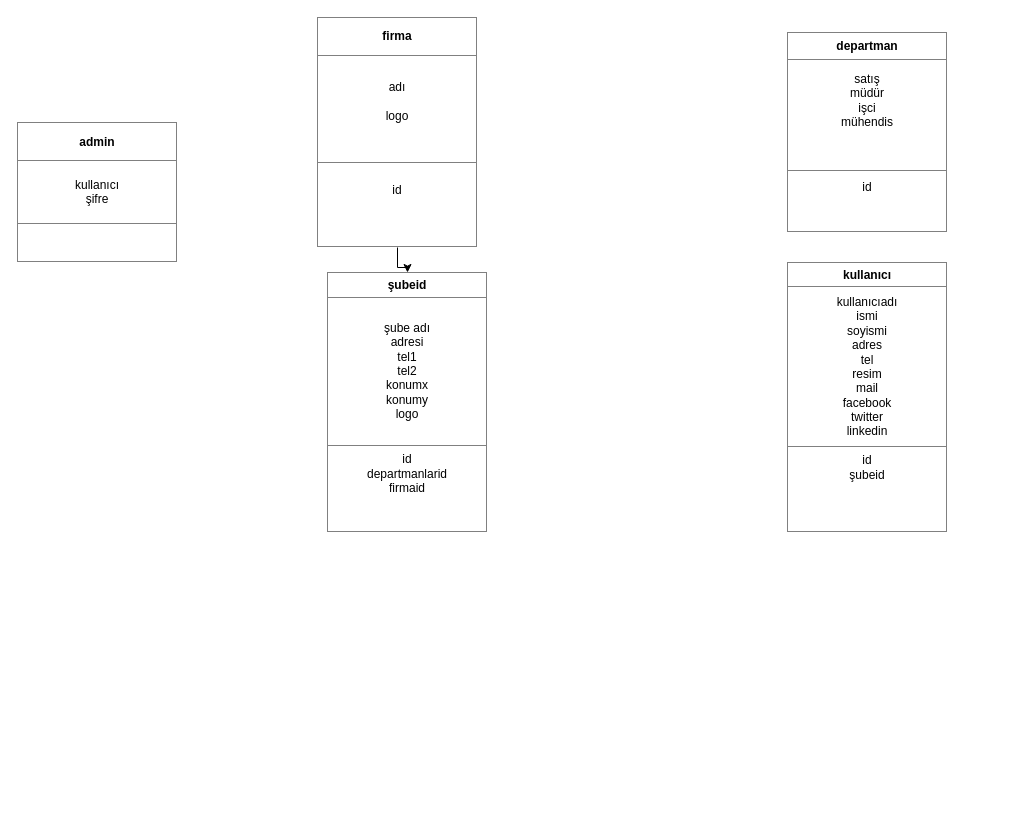
This is page "Page-1" (1 of 2) of Untitled Diagram.drawio from mvltcn/kartvizit2, a draw.io file, before an edit. Source tidied: cells renumbered, new cells numbered last; positions are measured from the earlier drawing's top-left corner, leaving out a move shared by most shapes. Both pictures are drawn from the tidied source at 100%, with x=0, y=0 at pixel (17, 17).
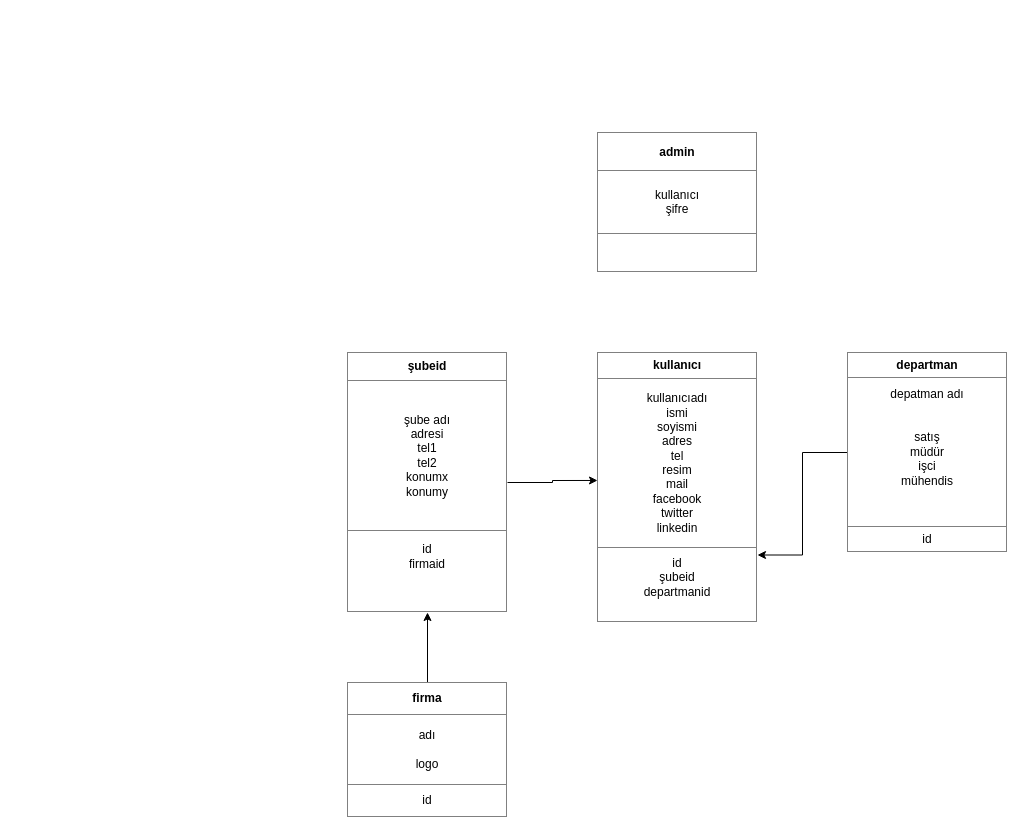
Above is the later version.

What changed in the source:
```diff
@@
 <mxGraphModel>
   <root>
     <mxCell id="0" />
     <mxCell id="1" parent="0" />
     <mxCell id="2" style="edgeStyle=orthogonalEdgeStyle;rounded=0;jettySize=auto;html=1;" parent="1" edge="1" source="3" target="7">
       <mxGeometry relative="1" as="geometry" />
     </mxCell>
-    <mxCell id="3" value="&lt;table border=&quot;1&quot; width=&quot;100%&quot; cellpadding=&quot;4&quot; style=&quot;width: 100% ; height: 100% ; border-collapse: collapse&quot;&gt;&lt;tbody&gt;&lt;tr&gt;&lt;th align=&quot;center&quot;&gt;&lt;b&gt;firma&lt;/b&gt;&lt;/th&gt;&lt;/tr&gt;&lt;tr&gt;&lt;td align=&quot;center&quot;&gt;adı&lt;br&gt;&lt;br&gt;logo&lt;br&gt;&lt;br&gt;&lt;/td&gt;&lt;/tr&gt;&lt;tr&gt;&lt;td align=&quot;center&quot;&gt;id&lt;br&gt;&lt;br&gt;&lt;br&gt;&lt;/td&gt;&lt;/tr&gt;&lt;/tbody&gt;&lt;/table&gt;" style="text;html=1;strokeColor=none;fillColor=none;overflow=fill;" parent="1" vertex="1">
-      <mxGeometry x="300" width="160" height="230" as="geometry" />
+    <mxCell id="3" value="&lt;table border=&quot;1&quot; width=&quot;100%&quot; cellpadding=&quot;4&quot; style=&quot;width: 100% ; height: 100% ; border-collapse: collapse&quot;&gt;&lt;tbody&gt;&lt;tr&gt;&lt;th align=&quot;center&quot;&gt;&lt;b&gt;firma&lt;/b&gt;&lt;/th&gt;&lt;/tr&gt;&lt;tr&gt;&lt;td align=&quot;center&quot;&gt;adı&lt;br&gt;&lt;br&gt;logo&lt;br&gt;&lt;/td&gt;&lt;/tr&gt;&lt;tr&gt;&lt;td align=&quot;center&quot;&gt;id&lt;br&gt;&lt;/td&gt;&lt;/tr&gt;&lt;/tbody&gt;&lt;/table&gt;" style="text;html=1;strokeColor=none;fillColor=none;overflow=fill;" parent="1" vertex="1">
+      <mxGeometry x="330" y="665" width="160" height="135" as="geometry" />
     </mxCell>
-    <mxCell id="4" value="&lt;table border=&quot;1&quot; width=&quot;100%&quot; cellpadding=&quot;4&quot; style=&quot;width: 100% ; height: 100% ; border-collapse: collapse&quot;&gt;&lt;tbody&gt;&lt;tr&gt;&lt;th align=&quot;center&quot;&gt;kullanıcı&lt;br&gt;&lt;/th&gt;&lt;/tr&gt;&lt;tr&gt;&lt;td align=&quot;center&quot;&gt;kullanıcıadı&lt;br&gt;ismi&lt;br&gt;soyismi&lt;br&gt;adres&lt;br&gt;tel&lt;br&gt;resim&lt;br&gt;mail&lt;br&gt;facebook&lt;br&gt;twitter&lt;br&gt;linkedin&lt;br&gt;&lt;/td&gt;&lt;/tr&gt;&lt;tr&gt;&lt;td align=&quot;center&quot;&gt;id&lt;br&gt;şubeid&lt;br&gt;&lt;br&gt;&lt;br&gt;&lt;br&gt;&lt;/td&gt;&lt;/tr&gt;&lt;/tbody&gt;&lt;/table&gt;" style="text;html=1;strokeColor=none;fillColor=none;overflow=fill;" parent="1" vertex="1">
-      <mxGeometry x="770" y="245" width="160" height="270" as="geometry" />
+    <mxCell id="4" value="&lt;table border=&quot;1&quot; width=&quot;100%&quot; cellpadding=&quot;4&quot; style=&quot;width: 100% ; height: 100% ; border-collapse: collapse&quot;&gt;&lt;tbody&gt;&lt;tr&gt;&lt;th align=&quot;center&quot;&gt;kullanıcı&lt;br&gt;&lt;/th&gt;&lt;/tr&gt;&lt;tr&gt;&lt;td align=&quot;center&quot;&gt;kullanıcıadı&lt;br&gt;ismi&lt;br&gt;soyismi&lt;br&gt;adres&lt;br&gt;tel&lt;br&gt;resim&lt;br&gt;mail&lt;br&gt;facebook&lt;br&gt;twitter&lt;br&gt;linkedin&lt;br&gt;&lt;/td&gt;&lt;/tr&gt;&lt;tr&gt;&lt;td align=&quot;center&quot;&gt;id&lt;br&gt;şubeid&lt;br&gt;departmanid&lt;br&gt;&lt;br&gt;&lt;/td&gt;&lt;/tr&gt;&lt;/tbody&gt;&lt;/table&gt;" style="text;html=1;strokeColor=none;fillColor=none;overflow=fill;" parent="1" vertex="1">
+      <mxGeometry x="580" y="335" width="160" height="270" as="geometry" />
     </mxCell>
+    <mxCell id="8" style="edgeStyle=orthogonalEdgeStyle;rounded=0;jettySize=auto;html=1;exitX=0;exitY=0.5;exitDx=0;exitDy=0;entryX=1;entryY=0.75;entryDx=0;entryDy=0;" parent="1" edge="1" source="5" target="4">
+      <mxGeometry relative="1" as="geometry" />
+    </mxCell>
-    <mxCell id="5" value="&lt;table border=&quot;1&quot; width=&quot;100%&quot; cellpadding=&quot;4&quot; style=&quot;width: 100% ; height: 100% ; border-collapse: collapse&quot;&gt;&lt;tbody&gt;&lt;tr&gt;&lt;th align=&quot;center&quot;&gt;&lt;b&gt;departman&lt;/b&gt;&lt;/th&gt;&lt;/tr&gt;&lt;tr&gt;&lt;td align=&quot;center&quot;&gt;satış&lt;br&gt;müdür&lt;br&gt;işci&lt;br&gt;mühendis&lt;br&gt;&lt;br&gt;&lt;br&gt;&lt;/td&gt;&lt;/tr&gt;&lt;tr&gt;&lt;td align=&quot;center&quot;&gt;id&lt;br&gt;&lt;br&gt;&lt;br&gt;&lt;/td&gt;&lt;/tr&gt;&lt;/tbody&gt;&lt;/table&gt;" style="text;html=1;strokeColor=none;fillColor=none;overflow=fill;" parent="1" vertex="1">
-      <mxGeometry x="770" y="15" width="160" height="200" as="geometry" />
+    <mxCell id="5" value="&lt;table border=&quot;1&quot; width=&quot;100%&quot; cellpadding=&quot;4&quot; style=&quot;width: 100% ; height: 100% ; border-collapse: collapse&quot;&gt;&lt;tbody&gt;&lt;tr&gt;&lt;th align=&quot;center&quot;&gt;&lt;b&gt;departman&lt;/b&gt;&lt;/th&gt;&lt;/tr&gt;&lt;tr&gt;&lt;td align=&quot;center&quot;&gt;depatman adı&lt;br&gt;&lt;br&gt;&lt;br&gt;satış&lt;br&gt;müdür&lt;br&gt;işci&lt;br&gt;mühendis&lt;br&gt;&lt;br&gt;&lt;br&gt;&lt;/td&gt;&lt;/tr&gt;&lt;tr&gt;&lt;td align=&quot;center&quot;&gt;id&lt;br&gt;&lt;/td&gt;&lt;/tr&gt;&lt;/tbody&gt;&lt;/table&gt;" style="text;html=1;strokeColor=none;fillColor=none;overflow=fill;" parent="1" vertex="1">
+      <mxGeometry x="830" y="335" width="160" height="200" as="geometry" />
     </mxCell>
     <mxCell id="6" value="&lt;table border=&quot;1&quot; width=&quot;100%&quot; cellpadding=&quot;4&quot; style=&quot;width: 100% ; height: 100% ; border-collapse: collapse&quot;&gt;&lt;tbody&gt;&lt;tr&gt;&lt;th align=&quot;center&quot;&gt;&lt;b&gt;admin&lt;/b&gt;&lt;/th&gt;&lt;/tr&gt;&lt;tr&gt;&lt;td align=&quot;center&quot;&gt;kullanıcı&lt;br&gt;şifre&lt;/td&gt;&lt;/tr&gt;&lt;tr&gt;&lt;td align=&quot;center&quot;&gt;&lt;br&gt;&lt;/td&gt;&lt;/tr&gt;&lt;/tbody&gt;&lt;/table&gt;" style="text;html=1;strokeColor=none;fillColor=none;overflow=fill;" parent="1" vertex="1">
-      <mxGeometry y="105" width="160" height="140" as="geometry" />
+      <mxGeometry x="580" y="115" width="160" height="140" as="geometry" />
     </mxCell>
+    <mxCell id="9" style="edgeStyle=orthogonalEdgeStyle;rounded=0;jettySize=auto;html=1;exitX=1;exitY=0.5;exitDx=0;exitDy=0;entryX=0;entryY=0.474;entryDx=0;entryDy=0;entryPerimeter=0;" parent="1" edge="1" source="7" target="4">
+      <mxGeometry relative="1" as="geometry" />
+    </mxCell>
-    <mxCell id="7" value="&lt;table border=&quot;1&quot; width=&quot;100%&quot; cellpadding=&quot;4&quot; style=&quot;width: 100% ; height: 100% ; border-collapse: collapse&quot;&gt;&lt;tbody&gt;&lt;tr&gt;&lt;th align=&quot;center&quot;&gt;&lt;b&gt;şubeid&lt;/b&gt;&lt;/th&gt;&lt;/tr&gt;&lt;tr&gt;&lt;td align=&quot;center&quot;&gt;&lt;br&gt;şube adı&lt;br&gt;adresi&lt;br&gt;tel1&lt;br&gt;tel2&lt;br&gt;konumx&lt;br&gt;konumy&lt;br&gt;logo&lt;br&gt;&lt;br&gt;&lt;/td&gt;&lt;/tr&gt;&lt;tr&gt;&lt;td align=&quot;center&quot;&gt;id&lt;br&gt;departmanlarid&lt;br&gt;firmaid&lt;br&gt;&lt;br&gt;&lt;br&gt;&lt;/td&gt;&lt;/tr&gt;&lt;/tbody&gt;&lt;/table&gt;" style="text;html=1;strokeColor=none;fillColor=none;overflow=fill;" parent="1" vertex="1">
-      <mxGeometry x="310" y="255" width="160" height="260" as="geometry" />
+    <mxCell id="7" value="&lt;table border=&quot;1&quot; width=&quot;100%&quot; cellpadding=&quot;4&quot; style=&quot;width: 100% ; height: 100% ; border-collapse: collapse&quot;&gt;&lt;tbody&gt;&lt;tr&gt;&lt;th align=&quot;center&quot;&gt;&lt;b&gt;şubeid&lt;/b&gt;&lt;/th&gt;&lt;/tr&gt;&lt;tr&gt;&lt;td align=&quot;center&quot;&gt;&lt;br&gt;şube adı&lt;br&gt;adresi&lt;br&gt;tel1&lt;br&gt;tel2&lt;br&gt;konumx&lt;br&gt;konumy&lt;br&gt;&lt;br&gt;&lt;/td&gt;&lt;/tr&gt;&lt;tr&gt;&lt;td align=&quot;center&quot;&gt;id&lt;br&gt;firmaid&lt;br&gt;&lt;br&gt;&lt;br&gt;&lt;/td&gt;&lt;/tr&gt;&lt;/tbody&gt;&lt;/table&gt;" style="text;html=1;strokeColor=none;fillColor=none;overflow=fill;" parent="1" vertex="1">
+      <mxGeometry x="330" y="335" width="160" height="260" as="geometry" />
     </mxCell>
   </root>
 </mxGraphModel>
```
